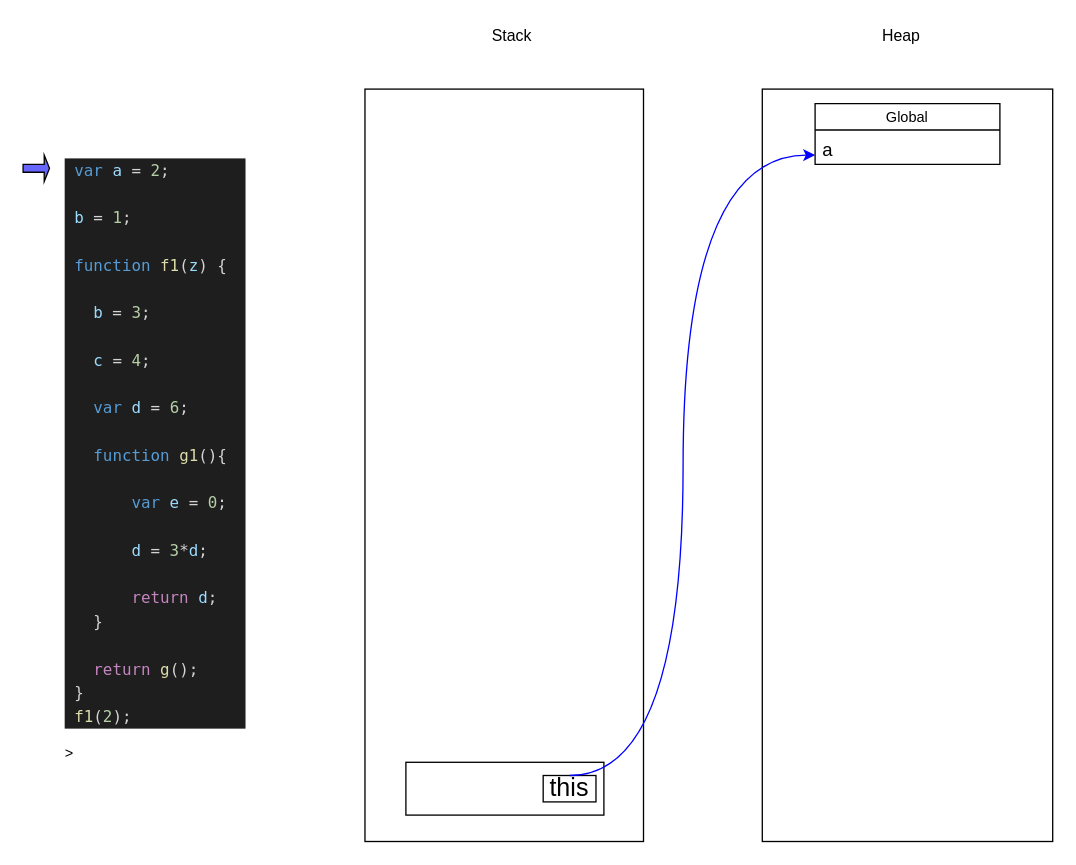
Above: js/Untitled Diagram.drawio in BharathKadaluri/Visual (draw.io), before the change. Source tidied: cells renumbered, new cells numbered last; positions are measured from the earlier drawing's top-left corner, leaving out a move shared by most shapes. Both pictures are drawn from the tidied source at 132%, with x=0, y=0 at pixel (22, 22).
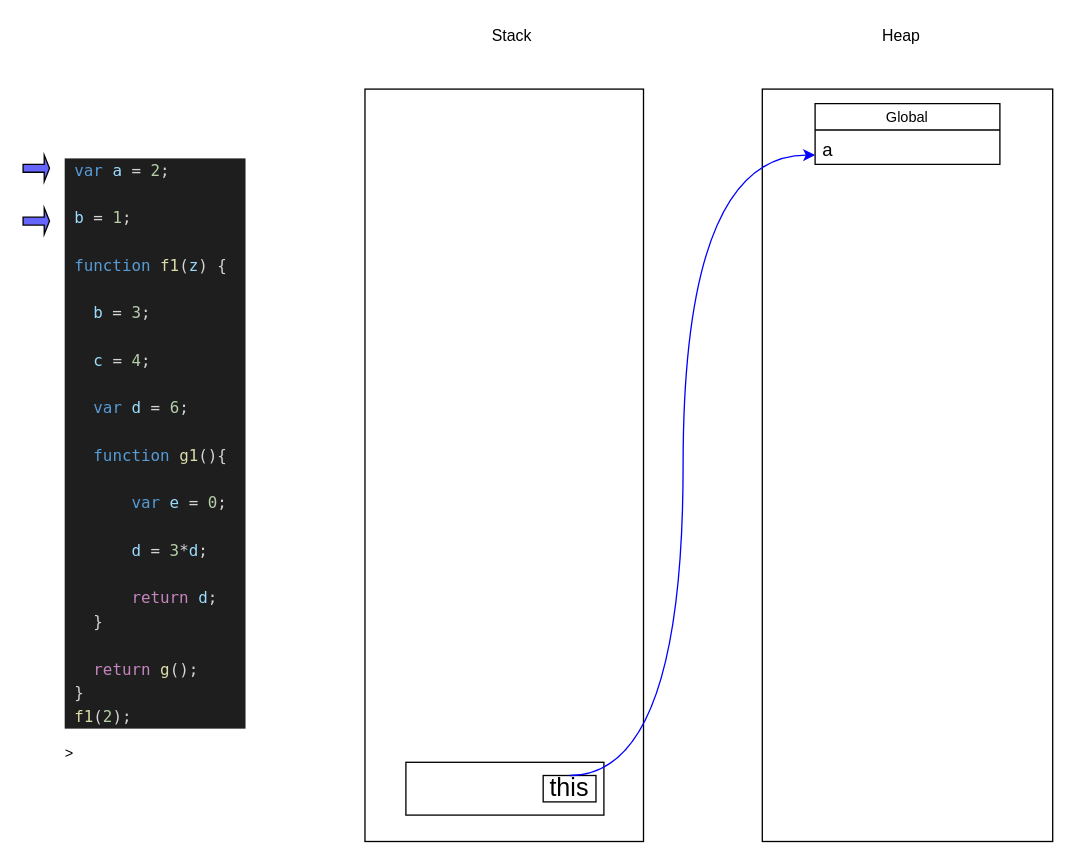
After the change.

The edit, as a diff of the source:
```diff
@@
 <mxGraphModel>
   <root>
     <mxCell id="0" />
     <mxCell id="1" parent="0" />
     <mxCell id="2" style="rounded=0;whiteSpace=wrap;html=1;" parent="1" vertex="1">
       <mxGeometry x="560" y="50" width="220" height="570" as="geometry" />
     </mxCell>
     <mxCell id="3" style="rounded=0;whiteSpace=wrap;html=1;" parent="1" vertex="1">
       <mxGeometry x="259" y="50" width="211" height="570" as="geometry" />
     </mxCell>
     <mxCell id="4" value="Stack&lt;br&gt;" style="text;html=1;align=center;verticalAlign=middle;fillColor=none;strokeColor=none;rounded=0;" parent="1" vertex="1">
       <mxGeometry x="345" width="50" height="20" as="geometry" />
     </mxCell>
     <mxCell id="5" value="Heap" style="text;html=1;align=center;verticalAlign=middle;fillColor=none;strokeColor=none;rounded=0;" parent="1" vertex="1">
       <mxGeometry x="645" width="40" height="20" as="geometry" />
     </mxCell>
     <mxCell id="6" value="&lt;pre style=&quot;background-color: rgb(30 , 30 , 30) ; font-family: &amp;#34;menlo&amp;#34; , &amp;#34;monaco&amp;#34; , &amp;#34;courier new&amp;#34; , monospace ; font-size: 12px ; line-height: 18px&quot;&gt;&lt;div style=&quot;color: rgb(212 , 212 , 212)&quot;&gt;&lt;span style=&quot;color: #569cd6&quot;&gt; var&lt;/span&gt;&amp;nbsp;&lt;span style=&quot;color: #9cdcfe&quot;&gt;a&lt;/span&gt;&amp;nbsp;=&amp;nbsp;&lt;span style=&quot;color: #b5cea8&quot;&gt;2&lt;/span&gt;;&lt;/div&gt;&lt;div style=&quot;color: rgb(212 , 212 , 212)&quot;&gt;&lt;br&gt;&lt;/div&gt;&lt;div style=&quot;color: rgb(212 , 212 , 212)&quot;&gt;&lt;span style=&quot;color: #9cdcfe&quot;&gt; b&lt;/span&gt;&amp;nbsp;=&amp;nbsp;&lt;span style=&quot;color: #b5cea8&quot;&gt;1&lt;/span&gt;;&lt;/div&gt;&lt;font color=&quot;#d4d4d4&quot;&gt;&lt;br&gt;&lt;/font&gt;&lt;div style=&quot;color: rgb(212 , 212 , 212)&quot;&gt;&lt;span style=&quot;color: #569cd6&quot;&gt; function&lt;/span&gt;&amp;nbsp;&lt;span style=&quot;color: #dcdcaa&quot;&gt;f1&lt;/span&gt;(&lt;span style=&quot;color: #9cdcfe&quot;&gt;z&lt;/span&gt;)&amp;nbsp;{  &lt;/div&gt;&lt;div style=&quot;color: rgb(212 , 212 , 212)&quot;&gt;&amp;nbsp;&amp;nbsp;&amp;nbsp;&lt;/div&gt;&lt;div style=&quot;color: rgb(212 , 212 , 212)&quot;&gt;&lt;span style=&quot;color: #9cdcfe&quot;&gt;   b&lt;/span&gt;&amp;nbsp;=&amp;nbsp;&lt;span style=&quot;color: #b5cea8&quot;&gt;3&lt;/span&gt;;&lt;/div&gt;&lt;div style=&quot;color: rgb(212 , 212 , 212)&quot;&gt;&amp;nbsp;&amp;nbsp;&amp;nbsp;&lt;/div&gt;&lt;div&gt;&lt;font color=&quot;#d4d4d4&quot;&gt;   &lt;/font&gt;&lt;span style=&quot;color: rgb(156 , 220 , 254)&quot;&gt;c&lt;/span&gt;&lt;font color=&quot;#d4d4d4&quot;&gt;&amp;nbsp;=&amp;nbsp;&lt;/font&gt;&lt;span style=&quot;color: rgb(181 , 206 , 168)&quot;&gt;4&lt;/span&gt;&lt;font color=&quot;#d4d4d4&quot;&gt;;&lt;/font&gt;&lt;/div&gt;&lt;div&gt;&lt;font color=&quot;#d4d4d4&quot;&gt;&lt;br&gt;&lt;/font&gt;&lt;/div&gt;&lt;div style=&quot;color: rgb(212 , 212 , 212)&quot;&gt;&amp;nbsp;&amp;nbsp;&amp;nbsp;&lt;span style=&quot;color: #569cd6&quot;&gt;var&lt;/span&gt;&amp;nbsp;&lt;span style=&quot;color: #9cdcfe&quot;&gt;d&lt;/span&gt;&amp;nbsp;=&amp;nbsp;&lt;span style=&quot;color: #b5cea8&quot;&gt;6&lt;/span&gt;;&lt;/div&gt;&lt;div style=&quot;color: rgb(212 , 212 , 212)&quot;&gt;&lt;br&gt;&lt;/div&gt;&lt;div style=&quot;color: rgb(212 , 212 , 212)&quot;&gt;&amp;nbsp;&amp;nbsp;&amp;nbsp;&lt;span style=&quot;color: #569cd6&quot;&gt;function&lt;/span&gt;&amp;nbsp;&lt;span style=&quot;color: #dcdcaa&quot;&gt;g1&lt;/span&gt;(){&lt;/div&gt;&lt;div style=&quot;color: rgb(212 , 212 , 212)&quot;&gt;&amp;nbsp;&amp;nbsp;&amp;nbsp;&amp;nbsp;&amp;nbsp;&amp;nbsp;&amp;nbsp;&lt;/div&gt;&lt;div style=&quot;color: rgb(212 , 212 , 212)&quot;&gt;&lt;span style=&quot;color: #569cd6&quot;&gt;       var&lt;/span&gt;&amp;nbsp;&lt;span style=&quot;color: #9cdcfe&quot;&gt;e&lt;/span&gt;&amp;nbsp;=&amp;nbsp;&lt;span style=&quot;color: #b5cea8&quot;&gt;0&lt;/span&gt;;&lt;/div&gt;&lt;div style=&quot;color: rgb(212 , 212 , 212)&quot;&gt;&lt;br&gt;&lt;/div&gt;&lt;div style=&quot;color: rgb(212 , 212 , 212)&quot;&gt;&amp;nbsp;&amp;nbsp;&amp;nbsp;&amp;nbsp;&amp;nbsp;&amp;nbsp;&amp;nbsp;&lt;span style=&quot;color: #9cdcfe&quot;&gt;d&lt;/span&gt;&amp;nbsp;=&amp;nbsp;&lt;span style=&quot;color: #b5cea8&quot;&gt;3&lt;/span&gt;*&lt;span style=&quot;color: #9cdcfe&quot;&gt;d&lt;/span&gt;;&lt;/div&gt;&lt;div style=&quot;color: rgb(212 , 212 , 212)&quot;&gt;&amp;nbsp;&amp;nbsp;&amp;nbsp;&amp;nbsp;&amp;nbsp;&amp;nbsp;&amp;nbsp;&lt;/div&gt;&lt;div style=&quot;color: rgb(212 , 212 , 212)&quot;&gt;&lt;span style=&quot;color: #c586c0&quot;&gt;       return&lt;/span&gt;&amp;nbsp;&lt;span style=&quot;color: #9cdcfe&quot;&gt;d&lt;/span&gt;;&lt;/div&gt;&lt;div style=&quot;color: rgb(212 , 212 , 212)&quot;&gt;&amp;nbsp;&amp;nbsp;&amp;nbsp;}&lt;/div&gt;&lt;div style=&quot;color: rgb(212 , 212 , 212)&quot;&gt; &lt;/div&gt;&lt;div style=&quot;color: rgb(212 , 212 , 212)&quot;&gt;&amp;nbsp;&amp;nbsp;&amp;nbsp;&lt;span style=&quot;color: #c586c0&quot;&gt;return&lt;/span&gt;&amp;nbsp;&lt;span style=&quot;color: #dcdcaa&quot;&gt;g&lt;/span&gt;();&lt;/div&gt;&lt;div style=&quot;color: rgb(212 , 212 , 212)&quot;&gt; }&lt;/div&gt;&lt;div style=&quot;color: rgb(212 , 212 , 212)&quot;&gt;&lt;span style=&quot;color: #dcdcaa&quot;&gt; f1&lt;/span&gt;(&lt;span style=&quot;color: #b5cea8&quot;&gt;2&lt;/span&gt;);&lt;/div&gt;&lt;/pre&gt;&amp;gt;" style="text;html=1;align=left;verticalAlign=middle;fillColor=none;strokeColor=none;rounded=0;fontSize=11;" parent="1" vertex="1">
       <mxGeometry x="30" y="90" width="150" height="470" as="geometry" />
     </mxCell>
     <mxCell id="7" parent="0" />
     <mxCell id="8" style="rounded=0;whiteSpace=wrap;html=1;" parent="7" vertex="1">
       <mxGeometry x="290" y="560" width="150" height="40" as="geometry" />
     </mxCell>
     <mxCell id="9" value="this" style="rounded=0;whiteSpace=wrap;html=1;fontSize=19;fillColor=default;" parent="7" vertex="1">
       <mxGeometry x="394" y="570" width="40" height="20" as="geometry" />
     </mxCell>
     <mxCell id="10" style="endArrow=classic;html=1;rounded=0;fontSize=19;curved=1;exitX=0.5;exitY=0;exitDx=0;exitDy=0;entryX=0;entryY=0.5;entryDx=0;entryDy=0;edgeStyle=orthogonalEdgeStyle;fillColor=#66FF66;strokeColor=#0000FF;" parent="7" edge="1" source="9">
       <mxGeometry relative="1" as="geometry">
         <mxPoint x="600" y="100" as="targetPoint" />
         <Array as="points">
           <mxPoint x="500" y="570" />
           <mxPoint x="500" y="100" />
         </Array>
       </mxGeometry>
     </mxCell>
     <mxCell id="11" style="shape=singleArrow;whiteSpace=wrap;html=1;fontSize=19;fillColor=#6666FF;" parent="7" vertex="1">
       <mxGeometry y="100" width="20" height="20" as="geometry" />
     </mxCell>
     <mxCell id="12" value="Global" style="swimlane;fontStyle=0;horizontal=1;startSize=20;fillColor=none;fontSize=11;" parent="7" vertex="1">
       <mxGeometry x="600" y="61" width="140" height="46" as="geometry" />
     </mxCell>
     <mxCell id="13" value="a" style="text;strokeColor=none;fillColor=none;align=left;verticalAlign=top;spacingLeft=4;spacingRight=4;overflow=hidden;fontSize=14;" parent="12" vertex="1">
       <mxGeometry y="20" width="140" height="26" as="geometry" />
     </mxCell>
+    <mxCell id="14" parent="0" />
+    <mxCell id="15" style="shape=singleArrow;whiteSpace=wrap;html=1;fontSize=19;fillColor=#6666FF;" parent="14" vertex="1">
+      <mxGeometry y="140" width="20" height="20" as="geometry" />
+    </mxCell>
   </root>
 </mxGraphModel>
```
